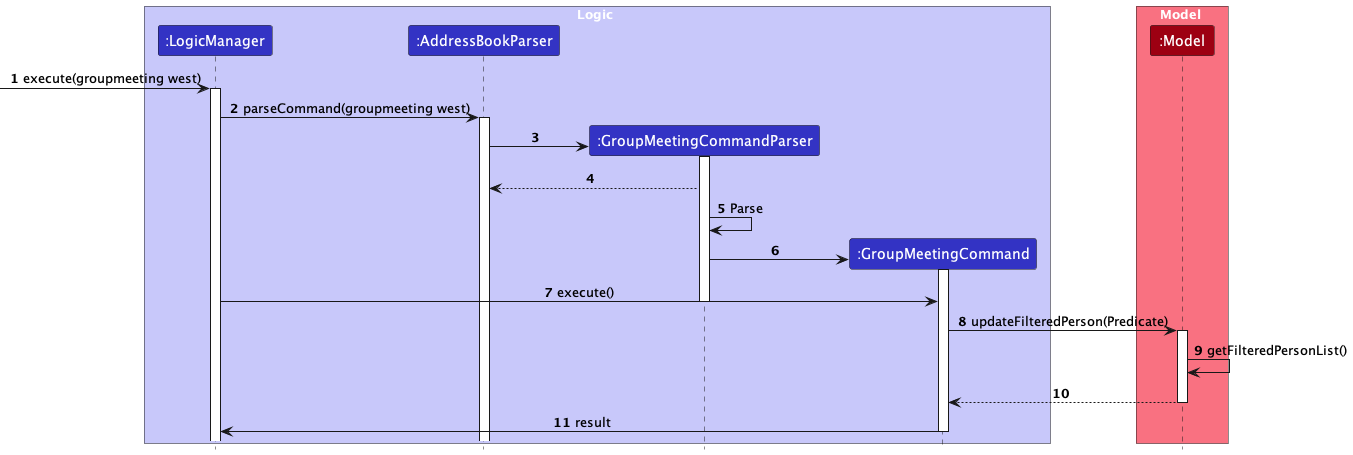
Earlier version of the PlantUML export diagrams/GroupMeetingSequenceDiagram.png (AY2324S1-CS2103-W14-1/tp).
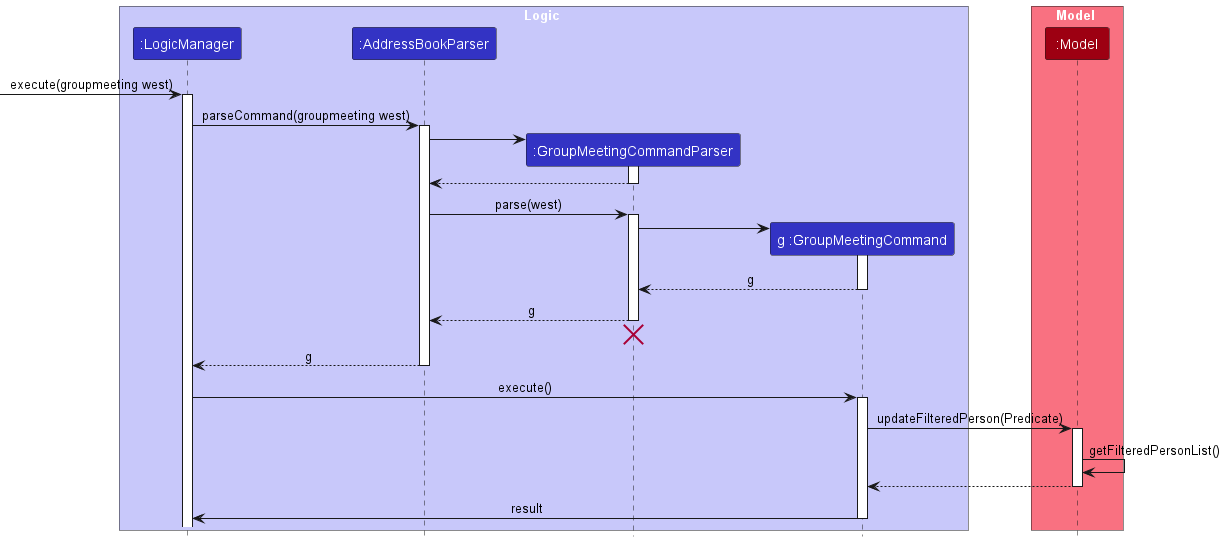
After the commit.

Diff of the diagram source:
```diff
@@ -6,14 +6,13 @@
 participant ":LogicManager" as LogicManager LOGIC_COLOR
 participant ":AddressBookParser" as AddressBookParser LOGIC_COLOR
 participant ":GroupMeetingCommandParser" as GroupMeetingCommandParser LOGIC_COLOR
-participant ":GroupMeetingCommand" as GroupMeetingCommand LOGIC_COLOR
+participant "g :GroupMeetingCommand" as GroupMeetingCommand LOGIC_COLOR
 end box
 
 box Model MODEL_COLOR_T1
 participant ":Model" as Model MODEL_COLOR
 end box
 
-autonumber
 [->LogicManager : execute(groupmeeting west)
 activate LogicManager
 
@@ -25,13 +24,27 @@
 activate GroupMeetingCommandParser
 
 GroupMeetingCommandParser --> AddressBookParser
-GroupMeetingCommandParser -> GroupMeetingCommandParser : Parse
+deactivate GroupMeetingCommandParser
+
+AddressBookParser -> GroupMeetingCommandParser : parse(west)
+activate GroupMeetingCommandParser
 
 create GroupMeetingCommand
 GroupMeetingCommandParser -> GroupMeetingCommand
 activate GroupMeetingCommand
+
+GroupMeetingCommand --> GroupMeetingCommandParser: g
+deactivate GroupMeetingCommand
+
+GroupMeetingCommandParser --> AddressBookParser: g
+deactivate GroupMeetingCommandParser
+GroupMeetingCommandParser -[hidden]-> AddressBookParser
+destroy GroupMeetingCommandParser
+
+AddressBookParser --> LogicManager: g
+deactivate AddressBookParser
 LogicManager -> GroupMeetingCommand : execute()
-deactivate GroupMeetingCommandParser
+activate GroupMeetingCommand
 
 GroupMeetingCommand -> Model : updateFilteredPerson(Predicate)
 activate Model
```
